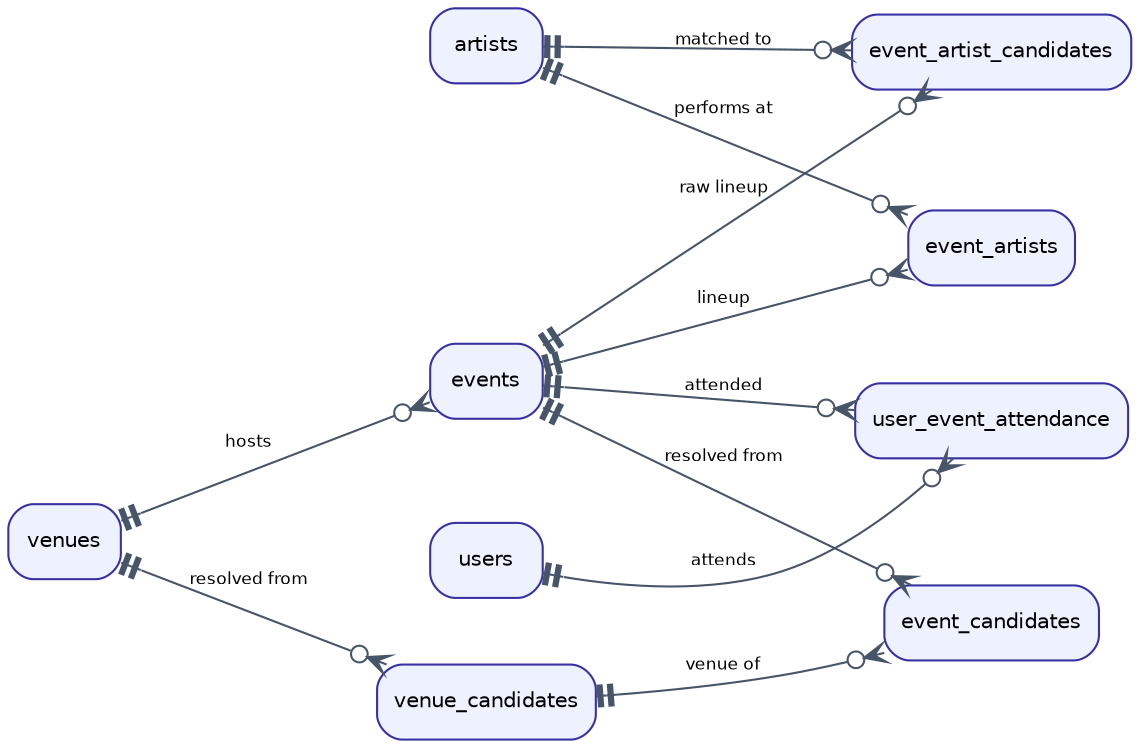
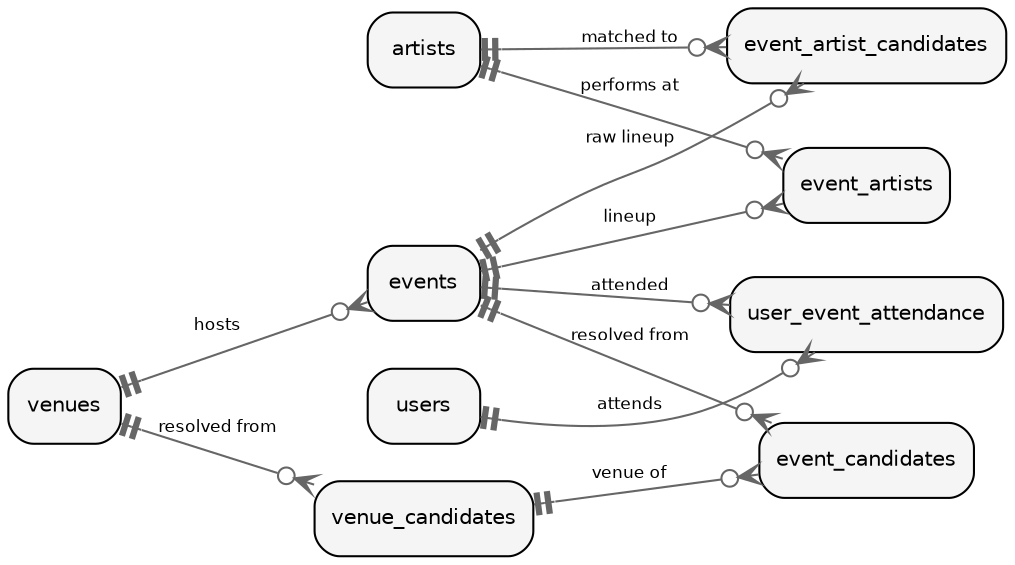
- // Cross-service entity resolution — concert/venue/event candidate tables
- // resolved into canonical entities.
- // Crow's-foot notation: tail "exactly one" (||), head "zero or many" (o{).
- // Render: make diagrams  (dot -Tsvg)
+ // Cross-Service Entity Resolution
+ // Concert/venue/event candidate tables (raw, per-source) resolved into
+ // canonical entities. Crow's-foot notation: tail "exactly one" (||), head
+ // "zero or many" (o{).
+ //
+ // Render: dot -Tsvg entity-resolution.dot -o entity-resolution.svg
+ 
digraph entity_resolution {
    rankdir=LR;
-     graph [fontname="Helvetica", fontsize=11, nodesep=0.45, ranksep=0.9];
-     node  [fontname="Helvetica", fontsize=10, shape=box, style="rounded,filled", fillcolor="#eef2ff", color="#3730a3"];
-     edge  [fontname="Helvetica", fontsize=8, color="#475569", dir=both, arrowtail=teetee, arrowhead=crowodot];
+     fontname="Helvetica";
+     node [fontname="Helvetica", fontsize=10, shape=box, style="rounded,filled", fillcolor="#f5f5f5"];
+     edge [fontname="Helvetica", fontsize=8, color="#666666", dir=both, arrowtail=teetee, arrowhead=crowodot];

    venues -> events                  [label="hosts"];
    venues -> venue_candidates        [label="resolved from"];
    events -> event_artists           [label="lineup"];
    events -> event_artist_candidates [label="raw lineup"];
    events -> event_candidates        [label="resolved from"];
    events -> user_event_attendance   [label="attended"];
    artists -> event_artists          [label="performs at"];
    artists -> event_artist_candidates [label="matched to"];
    venue_candidates -> event_candidates [label="venue of"];
    users -> user_event_attendance    [label="attends"];
}
